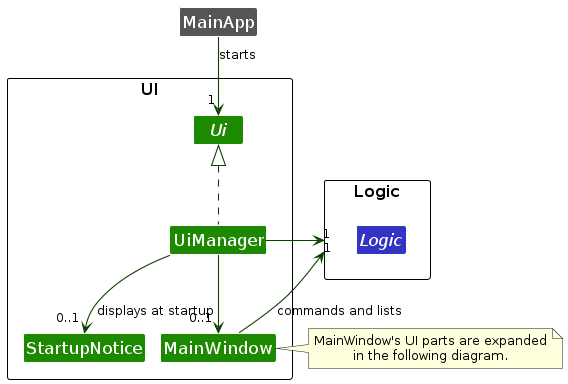
AY2627S1-CS2103T-T16-2/tp keeps this PlantUML diagram as diagrams/UiClassDiagram.png. Above is the earlier version. Its source is kept beside it as diagrams/UiClassDiagram.puml.
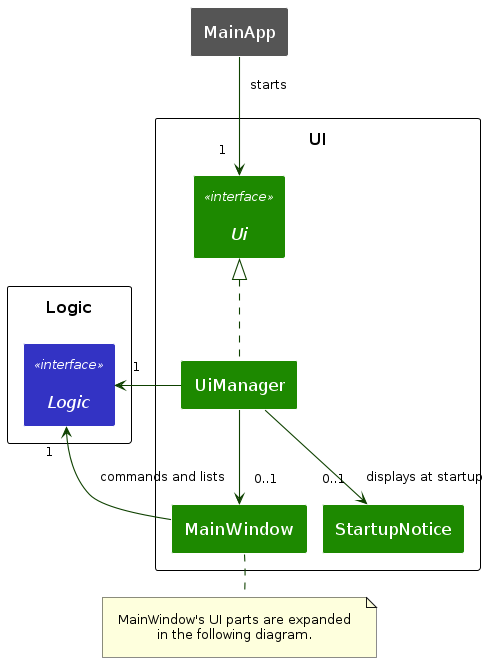
After the change.

Diff of the diagram source:
```diff
@@ -9,18 +9,19 @@
 skinparam ArrowFontStyle plain
 skinparam nodesep 15
 skinparam ranksep 20
+skinparam padding 10
 scale max 800 width
 allowmixing
 
 package UI {
-    interface Ui
+    interface Ui <<interface>>
     class UiManager
     class MainWindow
     class StartupNotice
 }
 
-package Logic {
-    interface Logic #3333C4
+package "Logic" as LogicPackage {
+    interface "Logic" as LogicApi <<interface>> #3333C4
 }
 
 class MainApp #555555
@@ -29,12 +30,14 @@
 UiManager .up.|> Ui
 UiManager --> "0..1" MainWindow
 UiManager --> "0..1" StartupNotice : displays at startup
-UiManager --> "1" Logic
+UiManager -right-> "1" LogicApi
 
-MainWindow -up-> "1" Logic : commands and lists
+MainWindow -up-> "1" LogicApi : commands and lists
 
-note right of MainWindow
+note as UiPartsNote
 MainWindow's UI parts are expanded
 in the following diagram.
 end note
+MainWindow -[hidden]down- UiPartsNote
+MainWindow .. UiPartsNote
 @enduml
```
